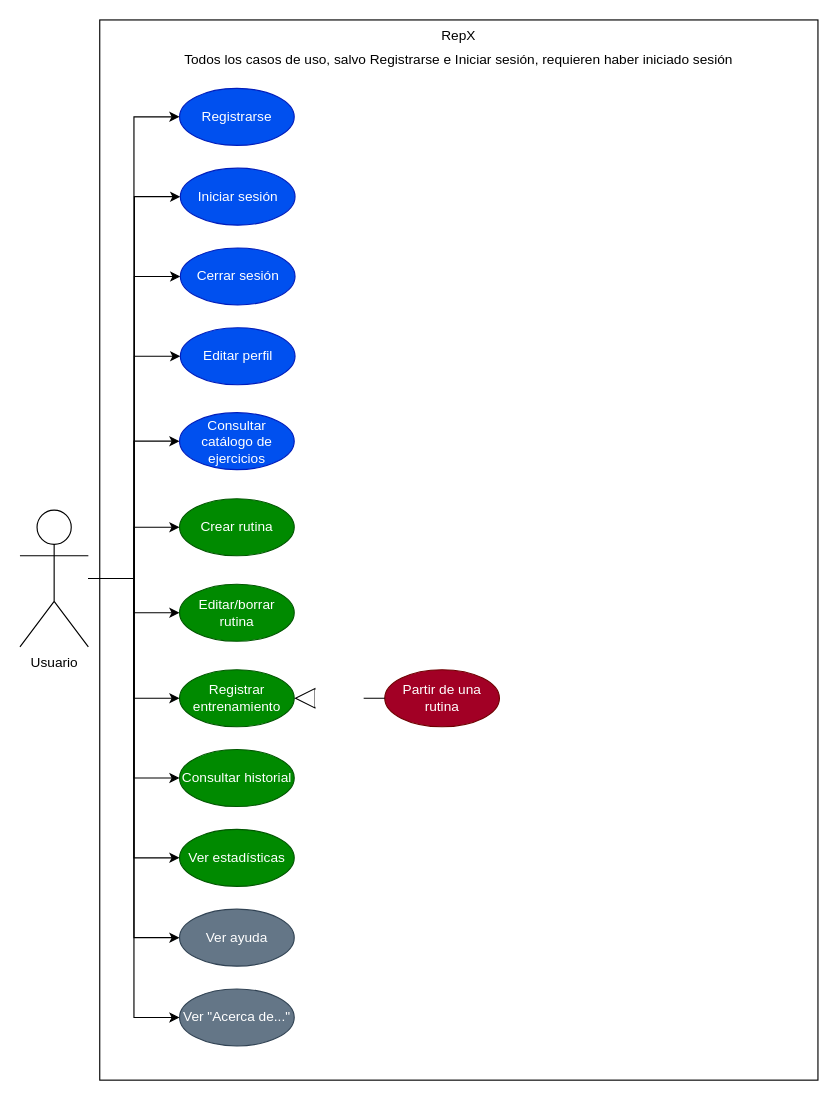
Earlier version of the draw.io diagram docs/casos-de-uso-repx.drawio (FranciscoGomez32/RepX). Source tidied: cells renumbered, new cells numbered last; positions are measured from the earlier drawing's top-left corner, leaving out a move shared by most shapes. Both pictures are drawn from the tidied source at 114%, with x=0, y=0 at pixel (19, 19).
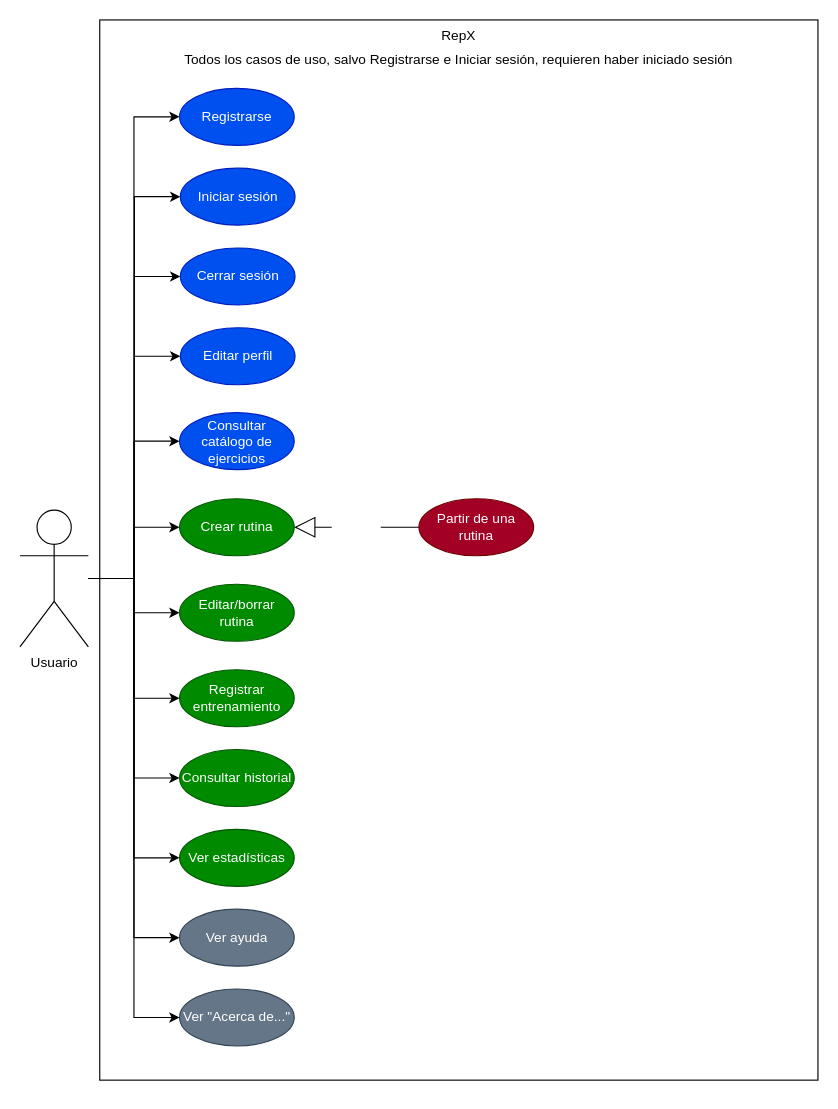
Above is the later version.

Commit message (it also covers changes not shown here):
Corrección diagrama de casos de uso

Unchanged cells that the change refers to:
```xml
<mxCell id="22" value="Crear rutina" style="ellipse;whiteSpace=wrap;html=1;fillColor=#008a00;fontColor=#ffffff;strokeColor=#005700;" parent="1" vertex="1">
  <mxGeometry x="140" y="420" width="100.6" height="50" as="geometry" />
</mxCell>
<mxCell id="24" value="Registrar entrenamiento" style="ellipse;whiteSpace=wrap;html=1;fillColor=#008a00;fontColor=#ffffff;strokeColor=#005700;" parent="1" vertex="1">
  <mxGeometry x="140" y="570" width="100.6" height="50" as="geometry" />
</mxCell>
```

The edit, as a diff of the source:
```diff
@@
     <mxCell id="25" value="Partir de una rutina" style="ellipse;whiteSpace=wrap;html=1;fillColor=#a20025;strokeColor=#6F0000;fontColor=#ffffff;" parent="1" vertex="1">
-      <mxGeometry x="320" y="570" width="100.6" height="50" as="geometry" />
+      <mxGeometry x="350" y="420" width="100.6" height="50" as="geometry" />
     </mxCell>
@@
-    <mxCell id="30" value="Extends" style="endArrow=block;endSize=16;endFill=0;html=1;rounded=0;fontFamily=Helvetica;fontSize=12;fontColor=#ffffff;entryX=1;entryY=0.5;entryDx=0;entryDy=0;exitX=0;exitY=0.5;exitDx=0;exitDy=0;" parent="1" edge="1" source="25" target="24">
+    <mxCell id="30" value="Extends" style="endArrow=block;endSize=16;endFill=0;html=1;rounded=0;fontFamily=Helvetica;fontSize=12;fontColor=#ffffff;entryX=1;entryY=0.5;entryDx=0;entryDy=0;exitX=0;exitY=0.5;exitDx=0;exitDy=0;" parent="1" edge="1" source="25" target="22">
       <mxGeometry relative="1" as="geometry" />
     </mxCell>
```
